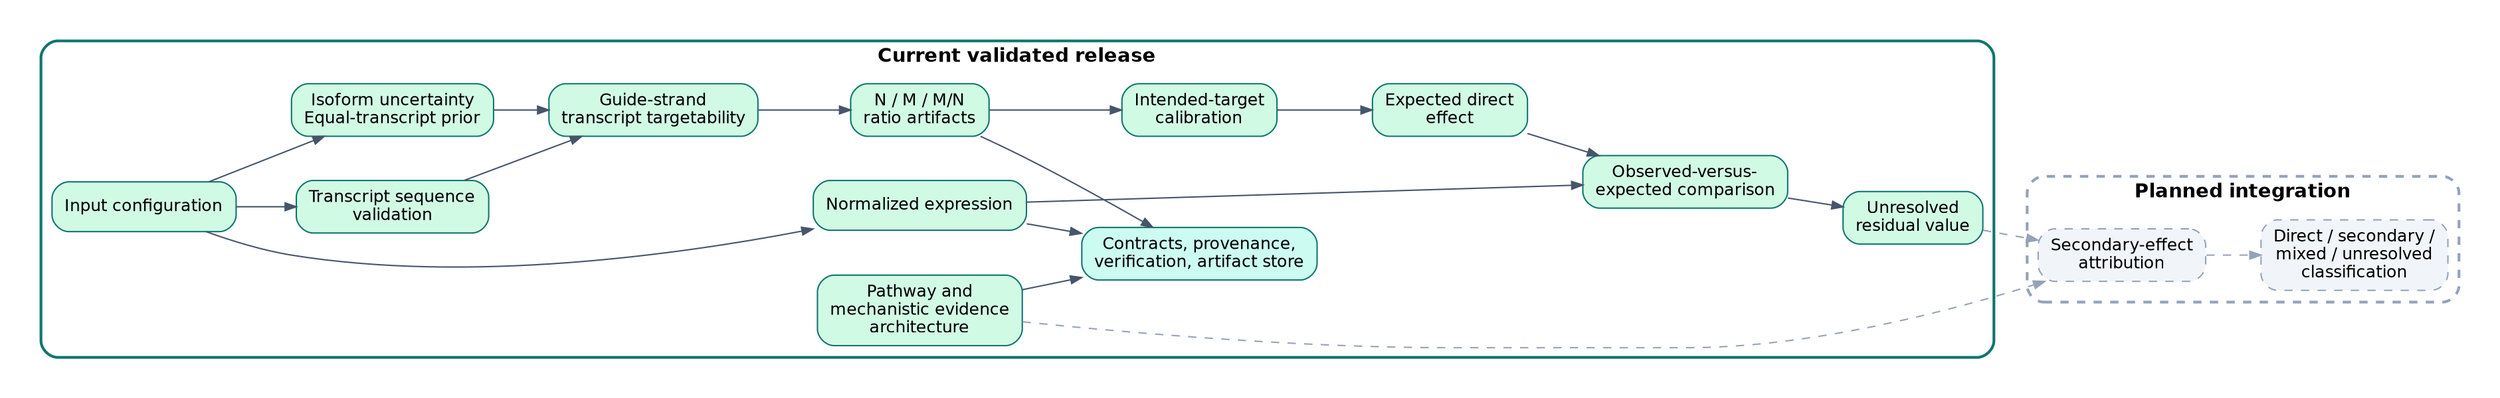
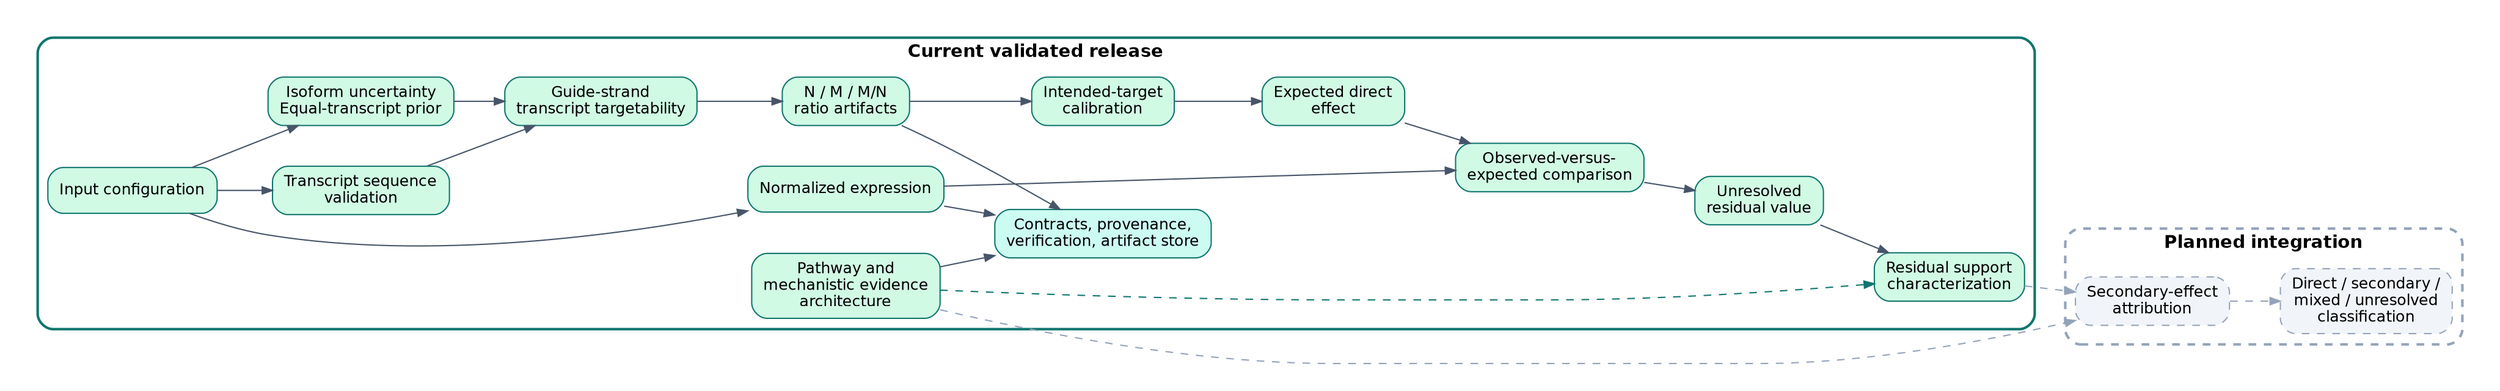
digraph G {
  graph [rankdir=LR, bgcolor="white", pad="0.3", nodesep="0.45", ranksep="0.55"];
  node [shape=box, style="rounded,filled", fontname="Helvetica", fontsize=12, margin="0.12,0.08"];
  edge [fontname="Helvetica", fontsize=10, color="#475569", arrowsize=0.8];

  subgraph cluster_current {
    label="Current validated release";
    color="#0f766e";
    penwidth=2;
    style="rounded";
    fontname="Helvetica-Bold";
    cfg [label="Input configuration", fillcolor="#d1fae5", color="#0f766e"];
    expr [label="Normalized expression", fillcolor="#d1fae5", color="#0f766e"];
    iso [label="Isoform uncertainty\nEqual-transcript prior", fillcolor="#d1fae5", color="#0f766e"];
    seq [label="Transcript sequence\nvalidation", fillcolor="#d1fae5", color="#0f766e"];
    targ [label="Guide-strand\ntranscript targetability", fillcolor="#d1fae5", color="#0f766e"];
    ratio [label="N / M / M/N\nratio artifacts", fillcolor="#d1fae5", color="#0f766e"];
    cal [label="Intended-target\ncalibration", fillcolor="#d1fae5", color="#0f766e"];
    exp [label="Expected direct\neffect", fillcolor="#d1fae5", color="#0f766e"];
    comp [label="Observed-versus-\nexpected comparison", fillcolor="#d1fae5", color="#0f766e"];
    res [label="Unresolved\nresidual value", fillcolor="#d1fae5", color="#0f766e"];
+     support [label="Residual support\ncharacterization", fillcolor="#d1fae5", color="#0f766e"];
    path [label="Pathway and\nmechanistic evidence\narchitecture", fillcolor="#d1fae5", color="#0f766e"];
    store [label="Contracts, provenance,\nverification, artifact store", fillcolor="#ccfbf1", color="#0f766e"];
  }

  subgraph cluster_planned {
    label="Planned integration";
    color="#94a3b8";
    penwidth=2;
    style="rounded,dashed";
    fontname="Helvetica-Bold";
    sec [label="Secondary-effect\nattribution", fillcolor="#f1f5f9", color="#94a3b8", style="rounded,filled,dashed"];
    cls [label="Direct / secondary /\nmixed / unresolved\nclassification", fillcolor="#f1f5f9", color="#94a3b8", style="rounded,filled,dashed"];
  }

  cfg -> expr;
  cfg -> iso;
  cfg -> seq;
  expr -> store;
  iso -> targ;
  seq -> targ;
  targ -> ratio;
  ratio -> store;
  path -> store;
  expr -> comp;
  ratio -> cal;
  cal -> exp;
  exp -> comp;
  comp -> res;
+   res -> support;
+   path -> support [style=dashed, color="#0f766e"];
  path -> sec [style=dashed, color="#94a3b8"];
-   res -> sec [style=dashed, color="#94a3b8"];
+   support -> sec [style=dashed, color="#94a3b8"];
  sec -> cls [style=dashed, color="#94a3b8"];
}
